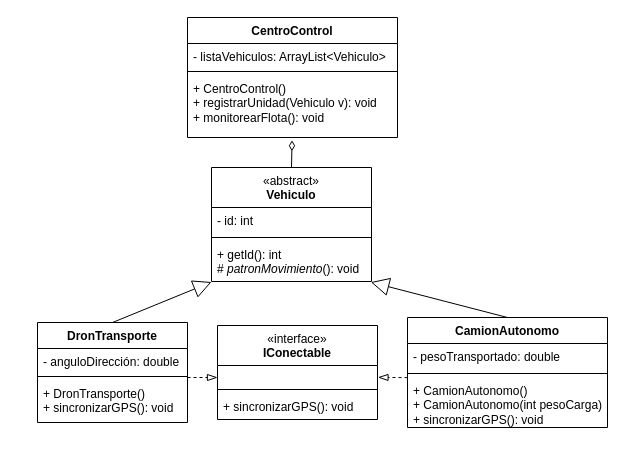
This is docs/SmartLogistics_System_UML.drawio from Snti720/SmartLogistics-System, a draw.io file, before an edit. Source tidied: cells renumbered, new cells numbered last; positions are measured from the earlier drawing's top-left corner, leaving out a move shared by most shapes. Both pictures are drawn from the tidied source at 100%, with x=0, y=0 at pixel (37, 17).
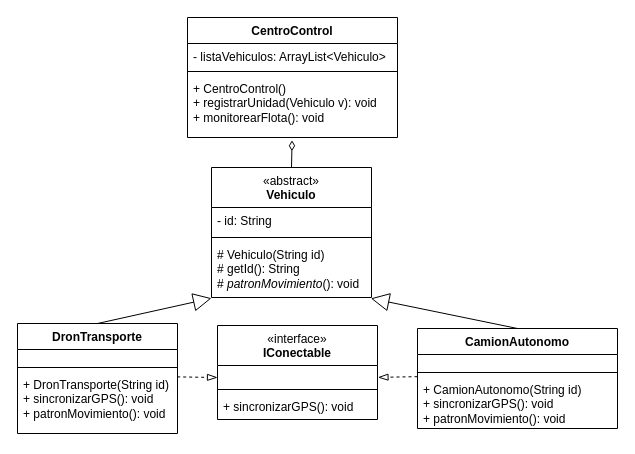
The same diagram, later.

Unchanged cells that the change refers to:
```xml
<mxCell id="7" value="&lt;div&gt;&lt;br&gt;&lt;/div&gt;&lt;div&gt;&lt;br&gt;&lt;/div&gt;" style="text;strokeColor=none;fillColor=none;align=left;verticalAlign=top;spacingLeft=4;spacingRight=4;overflow=hidden;points=[[0,0.5],[1,0.5]];portConstraint=eastwest;whiteSpace=wrap;html=1;" parent="6" vertex="1">
  <mxGeometry y="40" width="160" height="20" as="geometry" />
</mxCell>
```

What changed in the source:
```diff
@@
     <mxCell id="2" value="&lt;div&gt;&lt;span style=&quot;font-weight: 400;&quot;&gt;«abstract»&lt;/span&gt;&lt;br style=&quot;font-weight: 400;&quot;&gt;&lt;/div&gt;Vehiculo" style="swimlane;fontStyle=1;align=center;verticalAlign=top;horizontal=1;startSize=40;whiteSpace=wrap;html=1;" parent="1" vertex="1">
-      <mxGeometry x="174" y="150" width="160" height="114" as="geometry" />
+      <mxGeometry x="174" y="150" width="160" height="130" as="geometry" />
     </mxCell>
-    <mxCell id="3" value="- id: int" style="text;strokeColor=none;fillColor=none;align=left;verticalAlign=top;spacingLeft=4;spacingRight=4;overflow=hidden;whiteSpace=wrap;html=1;" parent="2" vertex="1">
+    <mxCell id="3" value="- id: String" style="text;strokeColor=none;fillColor=none;align=left;verticalAlign=top;spacingLeft=4;spacingRight=4;overflow=hidden;whiteSpace=wrap;html=1;" parent="2" vertex="1">
       <mxGeometry y="40" width="160" height="26" as="geometry" />
     </mxCell>
@@
-    <mxCell id="5" value="+ getId(): int&lt;div&gt;# &lt;i&gt;patronMovimiento&lt;/i&gt;(): void&lt;/div&gt;" style="text;strokeColor=none;fillColor=none;align=left;verticalAlign=top;spacingLeft=4;spacingRight=4;overflow=hidden;points=[[0,0.5],[1,0.5]];portConstraint=eastwest;whiteSpace=wrap;html=1;" parent="2" vertex="1">
-      <mxGeometry y="74" width="160" height="40" as="geometry" />
+    <mxCell id="5" value="&lt;div&gt;# Vehiculo(String id)&lt;/div&gt;# getId(): String&lt;div&gt;# &lt;i&gt;patronMovimiento&lt;/i&gt;(): void&lt;/div&gt;" style="text;strokeColor=none;fillColor=none;align=left;verticalAlign=top;spacingLeft=4;spacingRight=4;overflow=hidden;points=[[0,0.5],[1,0.5]];portConstraint=eastwest;whiteSpace=wrap;html=1;" parent="2" vertex="1">
+      <mxGeometry y="74" width="160" height="56" as="geometry" />
     </mxCell>
@@
     <mxCell id="10" value="DronTransporte" style="swimlane;fontStyle=1;align=center;verticalAlign=top;horizontal=1;startSize=26;whiteSpace=wrap;html=1;" parent="1" vertex="1">
-      <mxGeometry y="305" width="150" height="100" as="geometry" />
+      <mxGeometry x="-20" y="306" width="160" height="110" as="geometry" />
     </mxCell>
-    <mxCell id="11" value="&lt;div&gt;- anguloDirección: double&lt;/div&gt;" style="text;strokeColor=none;fillColor=none;align=left;verticalAlign=top;spacingLeft=4;spacingRight=4;overflow=hidden;whiteSpace=wrap;html=1;" parent="10" vertex="1">
-      <mxGeometry y="26" width="150" height="24" as="geometry" />
+    <mxCell id="11" value="&lt;div&gt;&lt;span style=&quot;color: rgba(0, 0, 0, 0); font-family: monospace; font-size: 0px; white-space: nowrap;&quot;&gt;&lt;br&gt;&lt;/span&gt;&lt;/div&gt;" style="text;strokeColor=none;fillColor=none;align=left;verticalAlign=top;spacingLeft=4;spacingRight=4;overflow=hidden;whiteSpace=wrap;html=1;" parent="10" vertex="1">
+      <mxGeometry y="26" width="160" height="14" as="geometry" />
     </mxCell>
     <mxCell id="12" style="line;strokeWidth=1;fillColor=none;align=left;verticalAlign=middle;spacingTop=-1;spacingLeft=3;spacingRight=3;labelPosition=right;strokeColor=inherit;" parent="10" vertex="1">
-      <mxGeometry y="50" width="150" height="8" as="geometry" />
+      <mxGeometry y="40" width="160" height="8" as="geometry" />
     </mxCell>
-    <mxCell id="13" value="+ DronTransporte()&lt;div&gt;&lt;div&gt;+ sincronizarGPS(): void&lt;/div&gt;&lt;/div&gt;" style="text;strokeColor=none;fillColor=none;align=left;verticalAlign=top;spacingLeft=4;spacingRight=4;overflow=hidden;points=[[0,0.5],[1,0.5]];portConstraint=eastwest;whiteSpace=wrap;html=1;" parent="10" vertex="1">
-      <mxGeometry y="58" width="150" height="42" as="geometry" />
+    <mxCell id="13" value="+ DronTransporte(String id)&lt;div&gt;&lt;div&gt;+ sincronizarGPS(): void&lt;/div&gt;&lt;/div&gt;&lt;div&gt;+&amp;nbsp;patronMovimiento(): void&lt;/div&gt;" style="text;strokeColor=none;fillColor=none;align=left;verticalAlign=top;spacingLeft=4;spacingRight=4;overflow=hidden;points=[[0,0.5],[1,0.5]];portConstraint=eastwest;whiteSpace=wrap;html=1;" parent="10" vertex="1">
+      <mxGeometry y="48" width="160" height="62" as="geometry" />
     </mxCell>
@@
     <mxCell id="20" value="CamionAutonomo" style="swimlane;fontStyle=1;align=center;verticalAlign=top;horizontal=1;startSize=26;whiteSpace=wrap;html=1;" parent="1" vertex="1">
-      <mxGeometry x="370" y="300" width="200" height="110" as="geometry" />
+      <mxGeometry x="380" y="311" width="200" height="100" as="geometry" />
     </mxCell>
-    <mxCell id="21" value="- pesoTransportado: double" style="text;strokeColor=none;fillColor=none;align=left;verticalAlign=top;spacingLeft=4;spacingRight=4;overflow=hidden;whiteSpace=wrap;html=1;" parent="20" vertex="1">
-      <mxGeometry y="26" width="200" height="26" as="geometry" />
+    <mxCell id="21" style="text;strokeColor=none;fillColor=none;align=left;verticalAlign=top;spacingLeft=4;spacingRight=4;overflow=hidden;whiteSpace=wrap;html=1;" parent="20" vertex="1">
+      <mxGeometry y="26" width="200" height="14" as="geometry" />
     </mxCell>
     <mxCell id="22" style="line;strokeWidth=1;fillColor=none;align=left;verticalAlign=middle;spacingTop=-1;spacingLeft=3;spacingRight=3;labelPosition=right;strokeColor=inherit;" parent="20" vertex="1">
-      <mxGeometry y="52" width="200" height="8" as="geometry" />
+      <mxGeometry y="40" width="200" height="8" as="geometry" />
     </mxCell>
-    <mxCell id="23" value="+ CamionAutonomo()&lt;div&gt;+ CamionAutonomo(int pesoCarga)&lt;/div&gt;&lt;div&gt;+ sincronizarGPS(): void&lt;/div&gt;" style="text;strokeColor=none;fillColor=none;align=left;verticalAlign=top;spacingLeft=4;spacingRight=4;overflow=hidden;points=[[0,0.5],[1,0.5]];portConstraint=eastwest;whiteSpace=wrap;html=1;" parent="20" vertex="1">
-      <mxGeometry y="60" width="200" height="50" as="geometry" />
+    <mxCell id="23" value="+ CamionAutonomo(String id)&lt;div&gt;&lt;span style=&quot;background-color: transparent; color: light-dark(rgb(0, 0, 0), rgb(255, 255, 255));&quot;&gt;+ sincronizarGPS(): void&lt;/span&gt;&lt;/div&gt;&lt;div&gt;+&amp;nbsp;patronMovimiento(): void&lt;span style=&quot;background-color: transparent; color: light-dark(rgb(0, 0, 0), rgb(255, 255, 255));&quot;&gt;&lt;/span&gt;&lt;/div&gt;" style="text;strokeColor=none;fillColor=none;align=left;verticalAlign=top;spacingLeft=4;spacingRight=4;overflow=hidden;points=[[0,0.5],[1,0.5]];portConstraint=eastwest;whiteSpace=wrap;html=1;" parent="20" vertex="1">
+      <mxGeometry y="48" width="200" height="52" as="geometry" />
     </mxCell>
@@
-    <mxCell id="25" style="html=1;verticalAlign=bottom;labelBackgroundColor=none;endArrow=blockThin;endFill=0;endSize=8;rounded=0;entryX=0;entryY=0.6;entryDx=0;entryDy=0;entryPerimeter=0;dashed=1;" parent="1" edge="1" target="7">
-      <mxGeometry relative="1" as="geometry">
-        <mxPoint x="150" y="360" as="sourcePoint" />
-      </mxGeometry>
+    <mxCell id="25" style="html=1;verticalAlign=bottom;labelBackgroundColor=none;endArrow=blockThin;endFill=0;endSize=8;rounded=0;entryX=0;entryY=0.6;entryDx=0;entryDy=0;entryPerimeter=0;dashed=1;exitX=0.998;exitY=0.087;exitDx=0;exitDy=0;exitPerimeter=0;" parent="1" edge="1" source="13" target="7">
+      <mxGeometry relative="1" as="geometry" />
     </mxCell>
```
